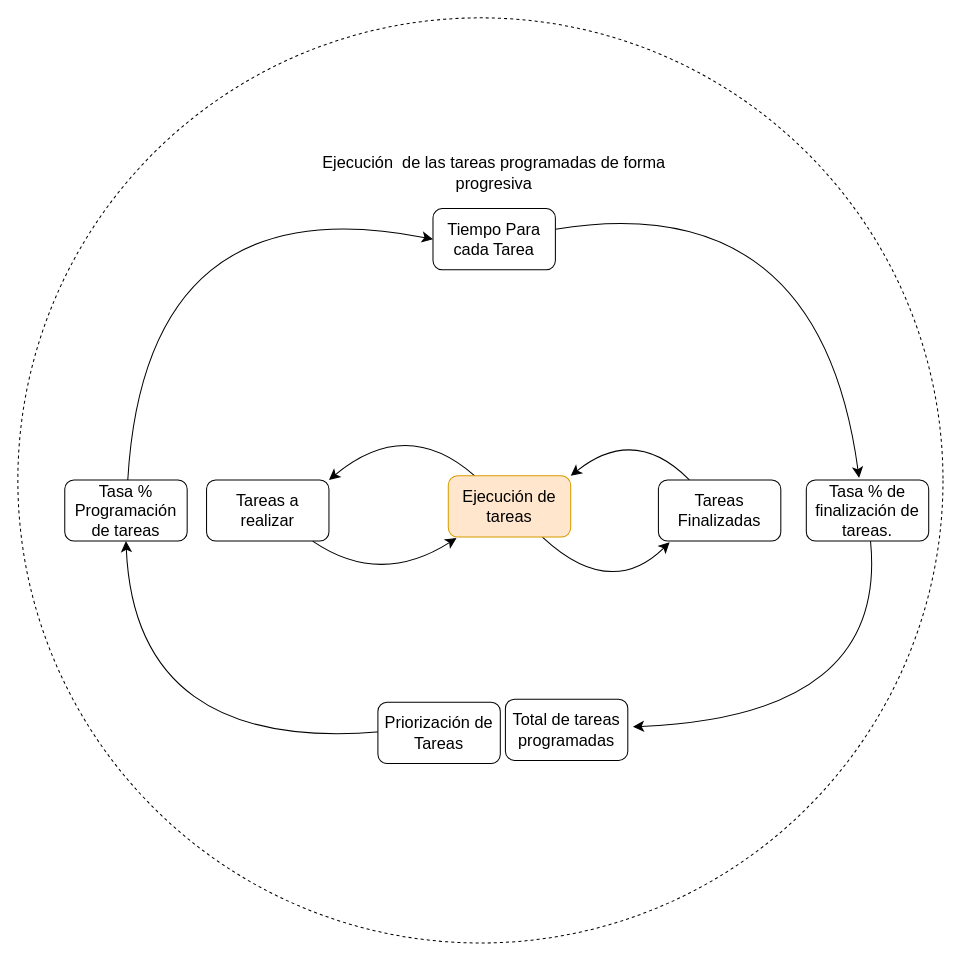
This is page "Página-2" (2 of 2) of ModelosTaller8Simulacion.drawio from EstebanGitPro/AdminFinanazas, a draw.io file, before an edit. Source tidied: cells renumbered, new cells numbered last; positions are measured from the earlier drawing's top-left corner, leaving out a move shared by most shapes. Both pictures are drawn from the tidied source at 102%, with x=0, y=0 at pixel (17, 17).
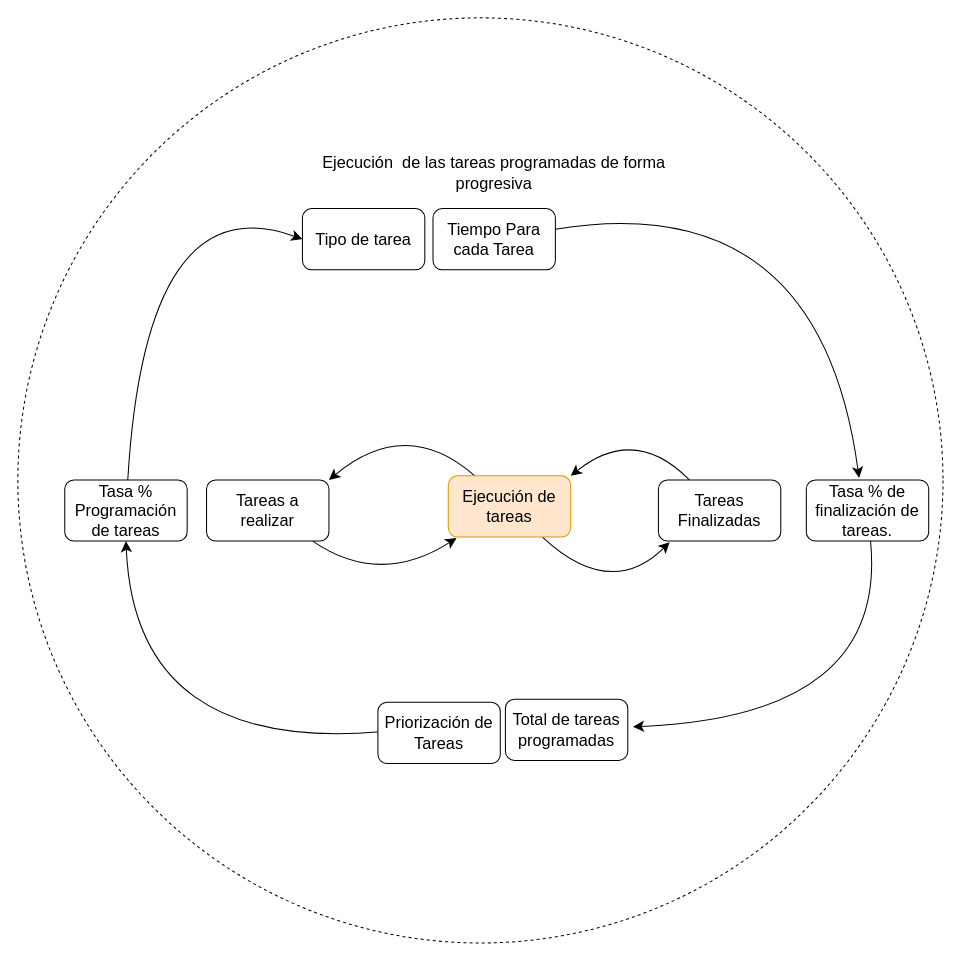
After the change.

The change refers to these unchanged cells:
```xml
<mxCell id="11" value="Tiempo Para cada Tarea" style="rounded=1;whiteSpace=wrap;html=1;fontSize=16;" parent="1" vertex="1">
  <mxGeometry x="407" y="187" width="120" height="60" as="geometry" />
</mxCell>
<mxCell id="14" value="Tasa % Programación de tareas" style="rounded=1;whiteSpace=wrap;html=1;fontSize=16;" parent="1" vertex="1">
  <mxGeometry x="46" y="453" width="120" height="60" as="geometry" />
</mxCell>
```

Diff of the diagram source:
```diff
@@
-    <mxCell id="13" style="edgeStyle=none;curved=1;rounded=0;jettySize=auto;html=1;entryX=0;entryY=0.5;entryDx=0;entryDy=0;fontSize=12;startSize=8;endSize=8;" parent="1" edge="1" source="14" target="11">
+    <mxCell id="13" style="edgeStyle=none;curved=1;rounded=0;jettySize=auto;html=1;fontSize=12;startSize=8;endSize=8;entryX=0;entryY=0.5;entryDx=0;entryDy=0;" parent="1" edge="1" source="14" target="20">
       <mxGeometry relative="1" as="geometry">
         <Array as="points">
           <mxPoint x="125" y="161" />
         </Array>
       </mxGeometry>
     </mxCell>
@@
+    <mxCell id="20" value="Tipo de tarea" style="rounded=1;whiteSpace=wrap;html=1;fontSize=16;" parent="1" vertex="1">
+      <mxGeometry x="279" y="187" width="120" height="60" as="geometry" />
+    </mxCell>
```
